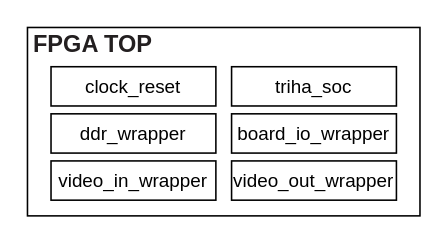
This is page "FPGA顶层" (3 of 14) of docs/technical-report/figure/rv32-soc.drawio from wan-yuanxing/TriHaRiscv-v3, a draw.io file, before an edit. Source tidied: cells renumbered, new cells numbered last; positions are measured from the earlier drawing's top-left corner, leaving out a move shared by most shapes. Both pictures are drawn from the tidied source at 157%, with x=0, y=0 at pixel (27, 27).
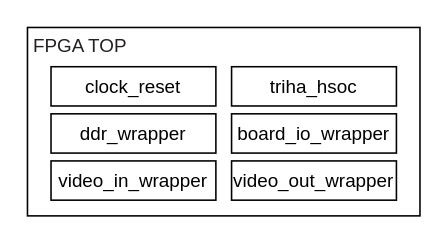
Above is the later version.

Change to the diagram source:
```diff
@@
 <mxGraphModel>
   <root>
     <mxCell id="0" />
     <mxCell id="1" parent="0" />
     <mxCell id="2" style="rounded=0;whiteSpace=wrap;html=1;" parent="1" vertex="1">
       <mxGeometry width="250" height="120" as="geometry" />
     </mxCell>
-    <mxCell id="3" value="&lt;div style=&quot;font-size:15px;line-height:18px;font-weight:bold;&quot;&gt;FPGA TOP&lt;/div&gt;" style="text;rounded=0;whiteSpace=wrap;html=1;strokeColor=none;fillColor=none;fontColor=#231F20;fontFamily=Helvetica;fontSize=15;align=center;verticalAlign=middle;spacing=0;shadow=0;align=left;fontStyle=1;fontSize=18;" parent="1" vertex="1">
+    <mxCell id="3" value="&lt;div style=&quot;line-height: 18px;&quot;&gt;&lt;font style=&quot;font-size: 12px;&quot;&gt;FPGA TOP&lt;/font&gt;&lt;/div&gt;" style="text;rounded=0;whiteSpace=wrap;html=1;strokeColor=none;fillColor=none;fontColor=#231F20;fontFamily=Helvetica;fontSize=17;align=center;verticalAlign=middle;spacing=0;shadow=0;align=left;fontStyle=0;fontSize=18;" parent="1" vertex="1">
       <mxGeometry x="5" y="1" width="115" height="19" as="geometry">
         <mxPoint x="-1" y="-1" as="offset" />
       </mxGeometry>
     </mxCell>
     <mxCell id="4" value="clock_reset" style="rounded=0;whiteSpace=wrap;html=1;" parent="1" vertex="1">
       <mxGeometry x="15" y="25" width="105" height="25" as="geometry" />
     </mxCell>
-    <mxCell id="5" value="triha_soc" style="rounded=0;whiteSpace=wrap;html=1;" parent="1" vertex="1">
+    <mxCell id="5" value="triha_hsoc" style="rounded=0;whiteSpace=wrap;html=1;" parent="1" vertex="1">
       <mxGeometry x="130" y="25" width="105" height="25" as="geometry" />
     </mxCell>
     <mxCell id="6" value="ddr_wrapper" style="rounded=0;whiteSpace=wrap;html=1;" parent="1" vertex="1">
       <mxGeometry x="15" y="55" width="105" height="25" as="geometry" />
     </mxCell>
     <mxCell id="7" value="board_io_wrapper" style="rounded=0;whiteSpace=wrap;html=1;" parent="1" vertex="1">
       <mxGeometry x="130" y="55" width="105" height="25" as="geometry" />
     </mxCell>
     <mxCell id="8" value="video_in_wrapper" style="rounded=0;whiteSpace=wrap;html=1;" parent="1" vertex="1">
       <mxGeometry x="15" y="85" width="105" height="25" as="geometry" />
     </mxCell>
     <mxCell id="9" value="video_out_wrapper" style="rounded=0;whiteSpace=wrap;html=1;" parent="1" vertex="1">
       <mxGeometry x="130" y="85" width="105" height="25" as="geometry" />
     </mxCell>
   </root>
 </mxGraphModel>
```
